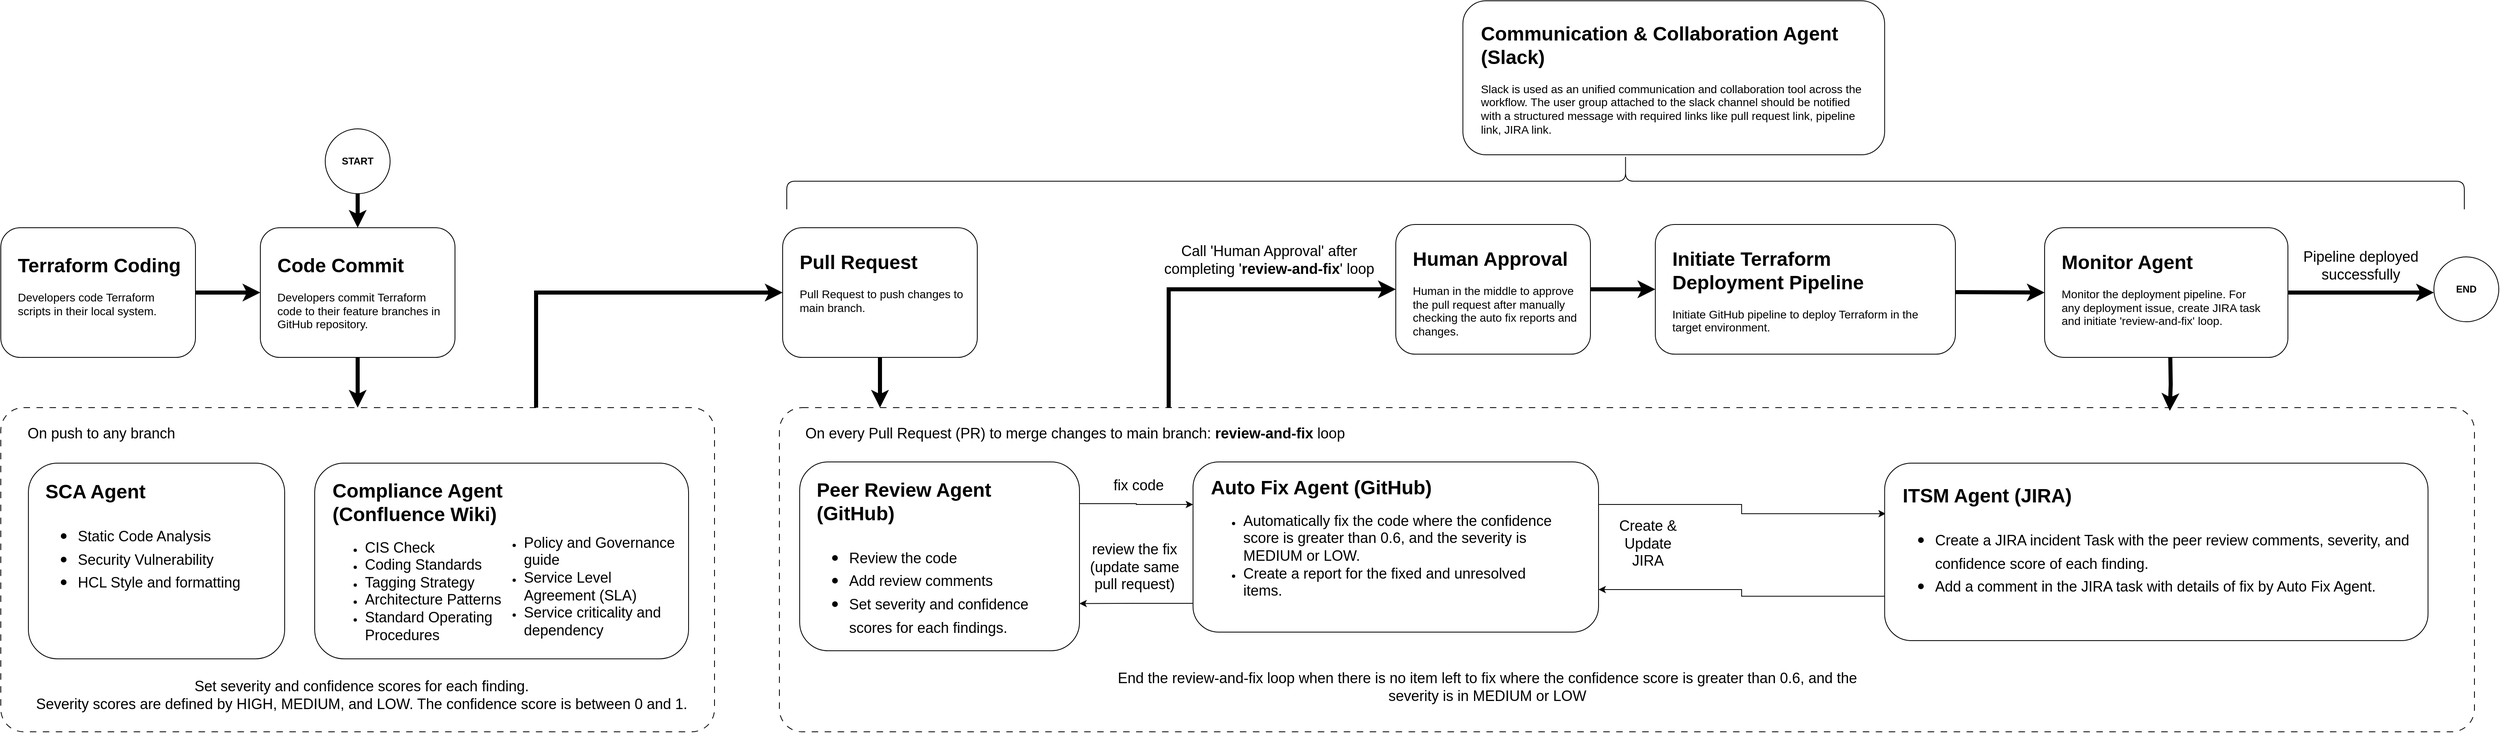
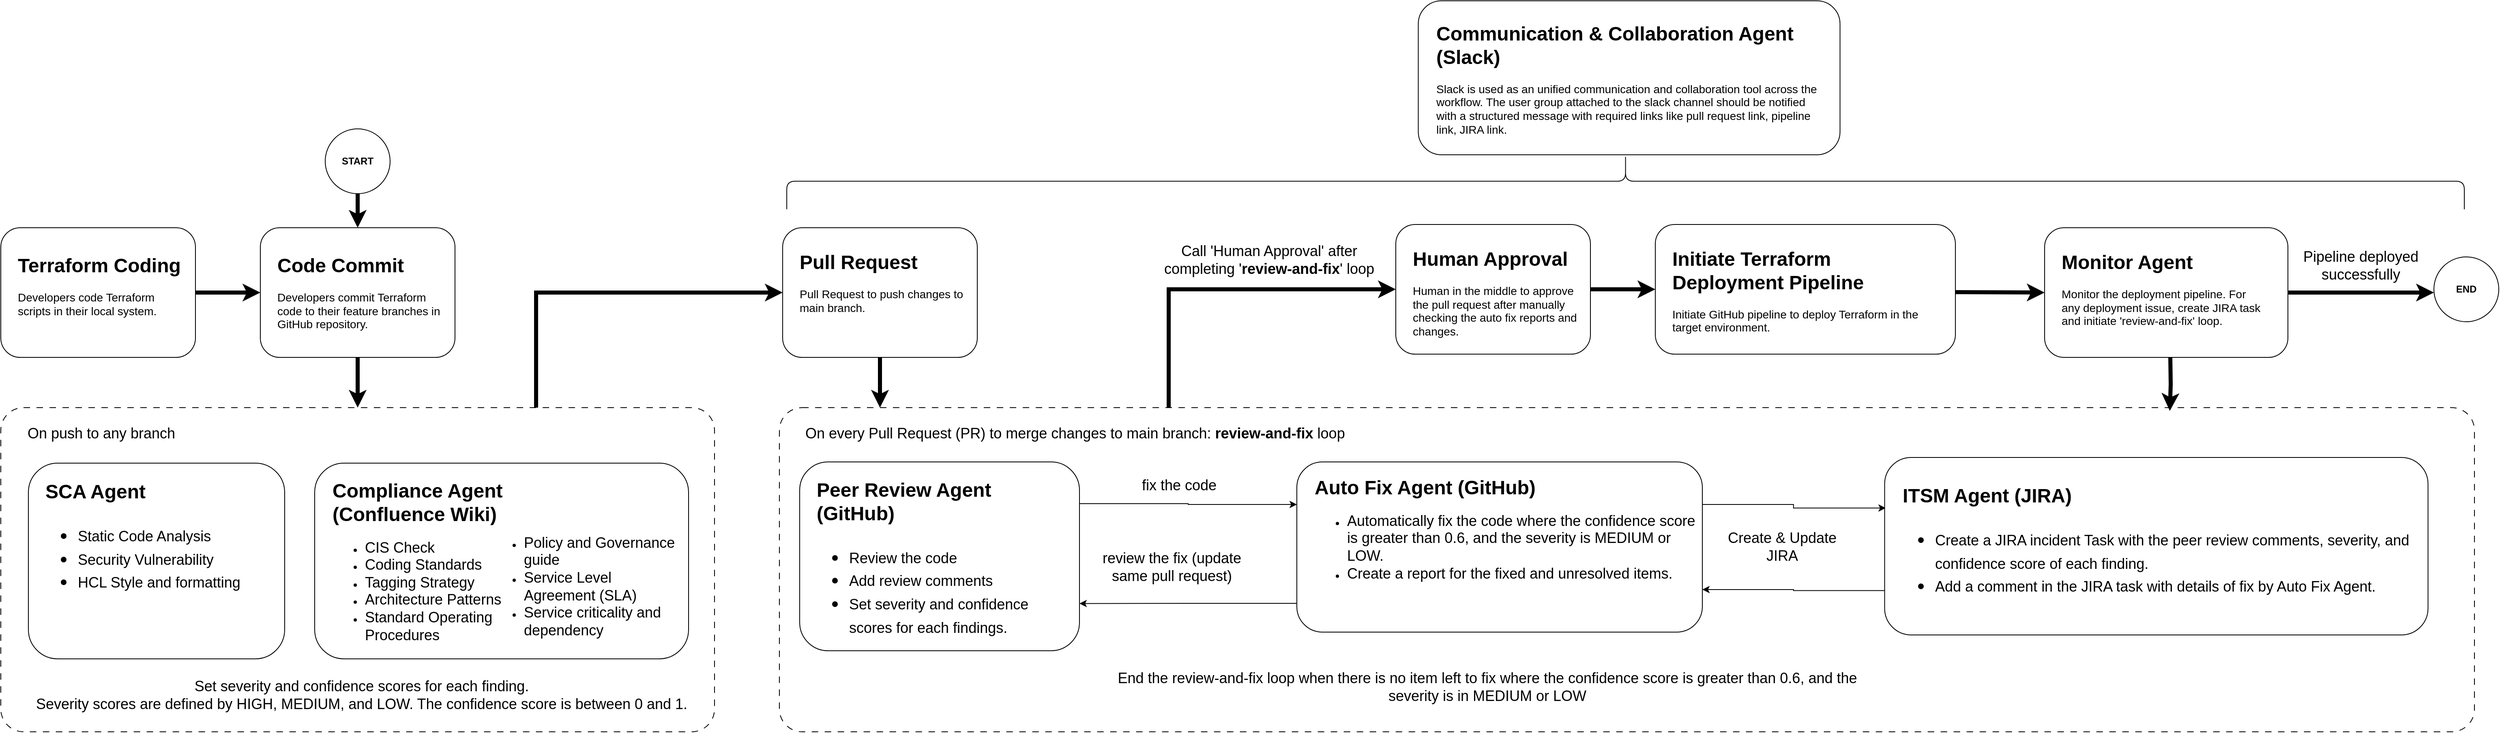
<mxfile host="app.diagrams.net">
  <diagram name="process-flow" id="llQ14HlxIDWXj9B5HY60">
    <mxGraphModel dx="2490" dy="2376" grid="1" gridSize="10" guides="1" tooltips="1" connect="1" arrows="1" fold="1" page="1" pageScale="1" pageWidth="850" pageHeight="1100" math="0" shadow="0">
      <root>
        <mxCell id="0" />
        <mxCell id="1" parent="0" />
        <mxCell id="IWc9zJM8tDhvkjJ2dRjy-13" edge="1" parent="1" source="IWc9zJM8tDhvkjJ2dRjy-5" style="edgeStyle=orthogonalEdgeStyle;rounded=0;orthogonalLoop=1;jettySize=auto;html=1;entryX=0;entryY=0.5;entryDx=0;entryDy=0;exitX=0.75;exitY=0;exitDx=0;exitDy=0;strokeWidth=5;" target="IWc9zJM8tDhvkjJ2dRjy-1">
          <mxGeometry relative="1" as="geometry" />
        </mxCell>
        <mxCell id="oJW8UGhNAXkty13G2p3x-1" parent="1" style="rounded=1;whiteSpace=wrap;html=1;" value="" vertex="1">
          <mxGeometry height="160" width="240" x="440" y="200" as="geometry" />
        </mxCell>
        <mxCell id="oJW8UGhNAXkty13G2p3x-3" parent="1" style="text;html=1;whiteSpace=wrap;overflow=hidden;rounded=0;" value="&lt;h1 style=&quot;margin-top: 0px;&quot;&gt;Code Commit&lt;/h1&gt;&lt;p&gt;&lt;font style=&quot;font-size: 14px;&quot;&gt;Developers commit Terraform code to their feature branches in GitHub repository.&lt;/font&gt;&lt;/p&gt;" vertex="1">
          <mxGeometry height="100" width="210" x="459" y="226" as="geometry" />
        </mxCell>
        <mxCell id="IWc9zJM8tDhvkjJ2dRjy-35" edge="1" parent="1" source="IWc9zJM8tDhvkjJ2dRjy-14" style="edgeStyle=orthogonalEdgeStyle;rounded=0;orthogonalLoop=1;jettySize=auto;html=1;entryX=0;entryY=0.5;entryDx=0;entryDy=0;exitX=0.279;exitY=0.025;exitDx=0;exitDy=0;exitPerimeter=0;strokeWidth=5;" target="IWc9zJM8tDhvkjJ2dRjy-33">
          <mxGeometry relative="1" as="geometry">
            <Array as="points">
              <mxPoint x="1560" y="276" />
            </Array>
          </mxGeometry>
        </mxCell>
        <mxCell id="IWc9zJM8tDhvkjJ2dRjy-1" parent="1" style="rounded=1;whiteSpace=wrap;html=1;" value="" vertex="1">
          <mxGeometry height="160" width="240" x="1084" y="200" as="geometry" />
        </mxCell>
        <mxCell id="IWc9zJM8tDhvkjJ2dRjy-2" parent="1" style="text;html=1;whiteSpace=wrap;overflow=hidden;rounded=0;" value="&lt;h1 style=&quot;margin-top: 0px;&quot;&gt;Pull Request&lt;/h1&gt;&lt;p&gt;&lt;font style=&quot;font-size: 14px;&quot;&gt;Pull Request to push changes to main branch.&lt;/font&gt;&lt;/p&gt;" vertex="1">
          <mxGeometry height="100" width="210" x="1103" y="222" as="geometry" />
        </mxCell>
        <mxCell id="IWc9zJM8tDhvkjJ2dRjy-12" edge="1" parent="1" source="IWc9zJM8tDhvkjJ2dRjy-3" style="edgeStyle=orthogonalEdgeStyle;rounded=0;orthogonalLoop=1;jettySize=auto;html=1;exitX=1;exitY=0.5;exitDx=0;exitDy=0;entryX=0;entryY=0.5;entryDx=0;entryDy=0;strokeWidth=5;" target="oJW8UGhNAXkty13G2p3x-1">
          <mxGeometry relative="1" as="geometry" />
        </mxCell>
        <mxCell id="IWc9zJM8tDhvkjJ2dRjy-3" parent="1" style="rounded=1;whiteSpace=wrap;html=1;" value="" vertex="1">
          <mxGeometry height="160" width="240" x="120" y="200" as="geometry" />
        </mxCell>
        <mxCell id="IWc9zJM8tDhvkjJ2dRjy-4" parent="1" style="text;html=1;whiteSpace=wrap;overflow=hidden;rounded=0;" value="&lt;h1 style=&quot;margin-top: 0px;&quot;&gt;Terraform Coding&lt;/h1&gt;&lt;p&gt;&lt;font style=&quot;font-size: 14px;&quot;&gt;Developers code Terraform scripts in their local system.&lt;/font&gt;&lt;/p&gt;" vertex="1">
          <mxGeometry height="100" width="210" x="139" y="226" as="geometry" />
        </mxCell>
        <mxCell id="IWc9zJM8tDhvkjJ2dRjy-5" parent="1" style="rounded=1;whiteSpace=wrap;html=1;arcSize=7;dashed=1;dashPattern=8 8;" value="" vertex="1">
          <mxGeometry height="400" width="880" x="120" y="422" as="geometry" />
        </mxCell>
        <mxCell id="IWc9zJM8tDhvkjJ2dRjy-6" parent="1" style="text;html=1;whiteSpace=wrap;strokeColor=none;fillColor=none;align=center;verticalAlign=middle;rounded=0;" value="&lt;font style=&quot;font-size: 18px;&quot;&gt;On push to any branch&lt;/font&gt;" vertex="1">
          <mxGeometry height="30" width="210" x="139" y="438.5" as="geometry" />
        </mxCell>
        <mxCell id="IWc9zJM8tDhvkjJ2dRjy-7" parent="1" style="rounded=1;whiteSpace=wrap;html=1;" value="" vertex="1">
          <mxGeometry height="241.5" width="316" x="154" y="490.5" as="geometry" />
        </mxCell>
        <mxCell id="IWc9zJM8tDhvkjJ2dRjy-8" parent="1" style="text;html=1;whiteSpace=wrap;overflow=hidden;rounded=0;" value="&lt;h1 style=&quot;margin-top: 0px;&quot;&gt;SCA Agent&lt;/h1&gt;&lt;h1 style=&quot;margin-top: 0px;&quot;&gt;&lt;p style=&quot;font-size: 12px; font-weight: 400;&quot;&gt;&lt;/p&gt;&lt;ul&gt;&lt;li&gt;&lt;span style=&quot;font-size: 18px; font-weight: normal;&quot;&gt;Static Code Analysis&lt;/span&gt;&lt;/li&gt;&lt;li&gt;&lt;span style=&quot;font-size: 18px; font-weight: normal;&quot;&gt;Security Vulnerability&lt;/span&gt;&lt;/li&gt;&lt;li&gt;&lt;span style=&quot;font-size: 18px; font-weight: normal;&quot;&gt;HCL Style and formatting&lt;/span&gt;&lt;/li&gt;&lt;/ul&gt;&lt;p&gt;&lt;/p&gt;&lt;/h1&gt;" vertex="1">
          <mxGeometry height="183" width="306" x="173" y="504.5" as="geometry" />
        </mxCell>
        <mxCell id="IWc9zJM8tDhvkjJ2dRjy-9" parent="1" style="rounded=1;whiteSpace=wrap;html=1;" value="" vertex="1">
          <mxGeometry height="241.5" width="461" x="507" y="490.5" as="geometry" />
        </mxCell>
        <mxCell id="IWc9zJM8tDhvkjJ2dRjy-10" parent="1" style="text;html=1;whiteSpace=wrap;overflow=hidden;rounded=0;" value="&lt;h1 style=&quot;margin-top: 0px;&quot;&gt;Compliance Agent (Confluence Wiki)&lt;/h1&gt;&lt;p&gt;&lt;/p&gt;&lt;ul&gt;&lt;li&gt;&lt;span style=&quot;font-size: 18px;&quot;&gt;CIS Check&lt;/span&gt;&lt;/li&gt;&lt;li&gt;&lt;span style=&quot;font-size: 18px;&quot;&gt;Coding Standards&lt;/span&gt;&lt;/li&gt;&lt;li&gt;&lt;span style=&quot;font-size: 18px;&quot;&gt;Tagging Strategy&lt;/span&gt;&lt;/li&gt;&lt;li&gt;&lt;span style=&quot;font-size: 18px;&quot;&gt;Architecture Patterns&lt;/span&gt;&lt;/li&gt;&lt;li&gt;&lt;span style=&quot;font-size: 18px;&quot;&gt;Standard Operating Procedures&lt;/span&gt;&lt;/li&gt;&lt;/ul&gt;&lt;p&gt;&lt;/p&gt;" vertex="1">
          <mxGeometry height="218.5" width="261" x="527" y="503.5" as="geometry" />
        </mxCell>
        <mxCell id="IWc9zJM8tDhvkjJ2dRjy-11" edge="1" parent="1" source="oJW8UGhNAXkty13G2p3x-1" style="edgeStyle=orthogonalEdgeStyle;rounded=0;orthogonalLoop=1;jettySize=auto;html=1;exitX=0.5;exitY=1;exitDx=0;exitDy=0;entryX=0.5;entryY=0;entryDx=0;entryDy=0;strokeWidth=5;" target="IWc9zJM8tDhvkjJ2dRjy-5">
          <mxGeometry relative="1" as="geometry" />
        </mxCell>
        <mxCell id="IWc9zJM8tDhvkjJ2dRjy-14" parent="1" style="rounded=1;whiteSpace=wrap;html=1;arcSize=7;dashed=1;dashPattern=8 8;" value="" vertex="1">
          <mxGeometry height="400" width="2090" x="1080" y="422" as="geometry" />
        </mxCell>
        <mxCell id="IWc9zJM8tDhvkjJ2dRjy-15" parent="1" style="text;html=1;whiteSpace=wrap;strokeColor=none;fillColor=none;align=left;verticalAlign=middle;rounded=0;" value="&lt;font style=&quot;font-size: 18px;&quot;&gt;On every Pull Request (PR) to merge changes to main branch: &lt;b&gt;review-and-fix &lt;/b&gt;loop&lt;/font&gt;" vertex="1">
          <mxGeometry height="30" width="740" x="1110" y="438.5" as="geometry" />
        </mxCell>
        <mxCell id="IWc9zJM8tDhvkjJ2dRjy-22" edge="1" parent="1" source="IWc9zJM8tDhvkjJ2dRjy-16" style="edgeStyle=orthogonalEdgeStyle;rounded=0;orthogonalLoop=1;jettySize=auto;html=1;exitX=1;exitY=0.221;exitDx=0;exitDy=0;entryX=0;entryY=0.25;entryDx=0;entryDy=0;exitPerimeter=0;" target="IWc9zJM8tDhvkjJ2dRjy-18">
          <mxGeometry relative="1" as="geometry" />
        </mxCell>
        <mxCell id="IWc9zJM8tDhvkjJ2dRjy-16" parent="1" style="rounded=1;whiteSpace=wrap;html=1;" value="" vertex="1">
          <mxGeometry height="233" width="345" x="1105" y="489" as="geometry" />
        </mxCell>
        <mxCell id="IWc9zJM8tDhvkjJ2dRjy-17" parent="1" style="text;html=1;whiteSpace=wrap;overflow=hidden;rounded=0;" value="&lt;h1 style=&quot;margin-top: 0px;&quot;&gt;Peer Review Agent (GitHub)&lt;/h1&gt;&lt;h1 style=&quot;margin-top: 0px;&quot;&gt;&lt;p style=&quot;font-size: 12px; font-weight: 400;&quot;&gt;&lt;/p&gt;&lt;ul&gt;&lt;li&gt;&lt;span style=&quot;font-size: 18px; font-weight: 400;&quot;&gt;Review the code&lt;/span&gt;&lt;/li&gt;&lt;li&gt;&lt;span style=&quot;font-size: 18px; font-weight: 400;&quot;&gt;Add review comments&lt;/span&gt;&lt;/li&gt;&lt;li&gt;&lt;span style=&quot;font-size: 18px; font-weight: 400;&quot;&gt;Set severity and confidence scores for each findings.&lt;/span&gt;&lt;/li&gt;&lt;/ul&gt;&lt;p&gt;&lt;/p&gt;&lt;/h1&gt;" vertex="1">
          <mxGeometry height="209" width="306" x="1124" y="503" as="geometry" />
        </mxCell>
        <mxCell id="IWc9zJM8tDhvkjJ2dRjy-23" edge="1" parent="1" source="IWc9zJM8tDhvkjJ2dRjy-18" style="edgeStyle=orthogonalEdgeStyle;rounded=0;orthogonalLoop=1;jettySize=auto;html=1;exitX=0;exitY=0.831;exitDx=0;exitDy=0;entryX=1;entryY=0.75;entryDx=0;entryDy=0;exitPerimeter=0;" target="IWc9zJM8tDhvkjJ2dRjy-16">
          <mxGeometry relative="1" as="geometry" />
        </mxCell>
        <mxCell id="IWc9zJM8tDhvkjJ2dRjy-31" edge="1" parent="1" source="IWc9zJM8tDhvkjJ2dRjy-18" style="edgeStyle=orthogonalEdgeStyle;rounded=0;orthogonalLoop=1;jettySize=auto;html=1;exitX=1;exitY=0.25;exitDx=0;exitDy=0;entryX=0.002;entryY=0.285;entryDx=0;entryDy=0;entryPerimeter=0;" target="IWc9zJM8tDhvkjJ2dRjy-27">
          <mxGeometry relative="1" as="geometry" />
        </mxCell>
        <mxCell id="IWc9zJM8tDhvkjJ2dRjy-18" parent="1" style="rounded=1;whiteSpace=wrap;html=1;" value="" vertex="1">
-           <mxGeometry height="210" width="500" x="1590" y="489" as="geometry" />
+           <mxGeometry height="210" width="500" x="1718" y="489" as="geometry" />
        </mxCell>
        <mxCell id="IWc9zJM8tDhvkjJ2dRjy-19" parent="1" style="text;html=1;whiteSpace=wrap;overflow=hidden;rounded=0;" value="&lt;h1 style=&quot;margin-top: 0px;&quot;&gt;Auto Fix Agent (GitHub)&lt;/h1&gt;&lt;p&gt;&lt;/p&gt;&lt;ul&gt;&lt;li&gt;&lt;span style=&quot;font-size: 18px;&quot;&gt;Automatically fix the code where the confidence score is greater than 0.6, and the severity is MEDIUM or LOW.&amp;nbsp;&lt;/span&gt;&lt;/li&gt;&lt;li&gt;&lt;span style=&quot;font-size: 18px;&quot;&gt;Create a report for the fixed and unresolved items.&lt;/span&gt;&lt;/li&gt;&lt;/ul&gt;&lt;p&gt;&lt;/p&gt;" vertex="1">
-           <mxGeometry height="192" width="440" x="1610" y="500" as="geometry" />
+           <mxGeometry height="192" width="473" x="1738" y="500" as="geometry" />
        </mxCell>
        <mxCell id="IWc9zJM8tDhvkjJ2dRjy-20" parent="1" style="text;whiteSpace=wrap;fontSize=18;align=center;" value="Set severity and confidence scores for each finding.&#xa;Severity scores are defined by HIGH, MEDIUM, and LOW. The confidence score is between 0 and 1." vertex="1">
          <mxGeometry height="50.5" width="830" x="150" y="748.5" as="geometry" />
        </mxCell>
        <mxCell id="IWc9zJM8tDhvkjJ2dRjy-21" edge="1" parent="1" source="IWc9zJM8tDhvkjJ2dRjy-1" style="edgeStyle=orthogonalEdgeStyle;rounded=0;orthogonalLoop=1;jettySize=auto;html=1;exitX=0.5;exitY=1;exitDx=0;exitDy=0;strokeWidth=5;">
          <mxGeometry relative="1" as="geometry">
            <Array as="points">
              <mxPoint x="1204" y="422" />
            </Array>
            <mxPoint x="1204" y="422" as="targetPoint" />
          </mxGeometry>
        </mxCell>
-         <mxCell id="IWc9zJM8tDhvkjJ2dRjy-24" parent="1" style="text;html=1;whiteSpace=wrap;strokeColor=none;fillColor=none;align=center;verticalAlign=middle;rounded=0;" value="&lt;font style=&quot;font-size: 18px;&quot;&gt;fix code&lt;/font&gt;" vertex="1">
-           <mxGeometry height="30" width="82" x="1482" y="503" as="geometry" />
+         <mxCell id="IWc9zJM8tDhvkjJ2dRjy-24" parent="1" style="text;html=1;whiteSpace=wrap;strokeColor=none;fillColor=none;align=center;verticalAlign=middle;rounded=0;" value="&lt;font style=&quot;font-size: 18px;&quot;&gt;fix the code&lt;/font&gt;" vertex="1">
+           <mxGeometry height="30" width="114" x="1516" y="503" as="geometry" />
        </mxCell>
        <mxCell id="IWc9zJM8tDhvkjJ2dRjy-25" parent="1" style="text;html=1;whiteSpace=wrap;strokeColor=none;fillColor=none;align=center;verticalAlign=middle;rounded=0;" value="&lt;font style=&quot;font-size: 18px;&quot;&gt;review the fix (update same pull request)&lt;/font&gt;" vertex="1">
-           <mxGeometry height="67" width="120" x="1458" y="585" as="geometry" />
+           <mxGeometry height="67" width="212" x="1458" y="585" as="geometry" />
        </mxCell>
        <mxCell id="IWc9zJM8tDhvkjJ2dRjy-26" parent="1" style="text;html=1;whiteSpace=wrap;strokeColor=none;fillColor=none;align=center;verticalAlign=middle;rounded=0;" value="&lt;font style=&quot;font-size: 18px;&quot;&gt;End the review-and-fix loop when there is no item left to fix where the confidence score is greater than 0.6, and the severity is in MEDIUM or LOW&lt;/font&gt;" vertex="1">
          <mxGeometry height="50" width="980" x="1462.75" y="742" as="geometry" />
        </mxCell>
        <mxCell id="IWc9zJM8tDhvkjJ2dRjy-30" edge="1" parent="1" source="IWc9zJM8tDhvkjJ2dRjy-27" style="edgeStyle=orthogonalEdgeStyle;rounded=0;orthogonalLoop=1;jettySize=auto;html=1;exitX=0;exitY=0.75;exitDx=0;exitDy=0;entryX=1;entryY=0.75;entryDx=0;entryDy=0;" target="IWc9zJM8tDhvkjJ2dRjy-18">
          <mxGeometry relative="1" as="geometry" />
        </mxCell>
        <mxCell id="IWc9zJM8tDhvkjJ2dRjy-27" parent="1" style="rounded=1;whiteSpace=wrap;html=1;" value="" vertex="1">
-           <mxGeometry height="219" width="670" x="2442.75" y="490.5" as="geometry" />
+           <mxGeometry height="219" width="670" x="2442.75" y="483.5" as="geometry" />
        </mxCell>
        <mxCell id="IWc9zJM8tDhvkjJ2dRjy-28" parent="1" style="text;html=1;whiteSpace=wrap;overflow=hidden;rounded=0;" value="&lt;h1 style=&quot;margin-top: 0px;&quot;&gt;ITSM Agent (JIRA)&lt;/h1&gt;&lt;h1 style=&quot;margin-top: 0px;&quot;&gt;&lt;p style=&quot;font-size: 12px; font-weight: 400;&quot;&gt;&lt;/p&gt;&lt;ul&gt;&lt;li&gt;&lt;span style=&quot;font-size: 18px; font-weight: 400;&quot;&gt;Create a JIRA incident Task with the peer review comments, severity, and confidence score of each finding.&lt;/span&gt;&lt;/li&gt;&lt;li&gt;&lt;span style=&quot;font-size: 18px; font-weight: 400;&quot;&gt;Add a comment in the JIRA task with details of fix by Auto Fix Agent.&lt;/span&gt;&lt;/li&gt;&lt;/ul&gt;&lt;p&gt;&lt;/p&gt;&lt;/h1&gt;" vertex="1">
          <mxGeometry height="191" width="630" x="2462.75" y="509.5" as="geometry" />
        </mxCell>
        <mxCell id="IWc9zJM8tDhvkjJ2dRjy-32" parent="1" style="text;html=1;whiteSpace=wrap;strokeColor=none;fillColor=none;align=center;verticalAlign=middle;rounded=0;" value="&lt;font style=&quot;font-size: 18px;&quot;&gt;Create &amp;amp; Update JIRA&lt;/font&gt;" vertex="1">
-           <mxGeometry height="57.5" width="102" x="2100" y="561" as="geometry" />
+           <mxGeometry height="57.5" width="173" x="2230" y="565.25" as="geometry" />
        </mxCell>
        <mxCell id="IWc9zJM8tDhvkjJ2dRjy-39" edge="1" parent="1" source="IWc9zJM8tDhvkjJ2dRjy-33" style="edgeStyle=orthogonalEdgeStyle;rounded=0;orthogonalLoop=1;jettySize=auto;html=1;exitX=1;exitY=0.5;exitDx=0;exitDy=0;entryX=0;entryY=0.5;entryDx=0;entryDy=0;strokeWidth=5;" target="IWc9zJM8tDhvkjJ2dRjy-37">
          <mxGeometry relative="1" as="geometry" />
        </mxCell>
        <mxCell id="IWc9zJM8tDhvkjJ2dRjy-33" parent="1" style="rounded=1;whiteSpace=wrap;html=1;" value="" vertex="1">
          <mxGeometry height="160" width="240" x="1840" y="196" as="geometry" />
        </mxCell>
        <mxCell id="IWc9zJM8tDhvkjJ2dRjy-34" parent="1" style="text;html=1;whiteSpace=wrap;overflow=hidden;rounded=0;" value="&lt;h1 style=&quot;margin-top: 0px;&quot;&gt;Human Approval&lt;/h1&gt;&lt;p&gt;&lt;font style=&quot;font-size: 14px;&quot;&gt;Human in the middle to approve the pull request after manually checking the auto fix reports and changes.&amp;nbsp;&lt;/font&gt;&lt;/p&gt;" vertex="1">
          <mxGeometry height="122" width="210" x="1859" y="218" as="geometry" />
        </mxCell>
        <mxCell id="IWc9zJM8tDhvkjJ2dRjy-36" parent="1" style="text;html=1;whiteSpace=wrap;strokeColor=none;fillColor=none;align=center;verticalAlign=middle;rounded=0;" value="&lt;font style=&quot;font-size: 18px;&quot;&gt;Call &#39;Human Approval&#39; after completing &#39;&lt;b&gt;review-and-fix&lt;/b&gt;&#39; loop&lt;/font&gt;" vertex="1">
          <mxGeometry height="60" width="268" x="1550" y="210" as="geometry" />
        </mxCell>
        <mxCell id="IWc9zJM8tDhvkjJ2dRjy-37" parent="1" style="rounded=1;whiteSpace=wrap;html=1;" value="" vertex="1">
          <mxGeometry height="160" width="370" x="2160" y="196" as="geometry" />
        </mxCell>
        <mxCell id="IWc9zJM8tDhvkjJ2dRjy-38" parent="1" style="text;html=1;whiteSpace=wrap;overflow=hidden;rounded=0;" value="&lt;h1 style=&quot;margin-top: 0px;&quot;&gt;Initiate Terraform Deployment Pipeline&lt;/h1&gt;&lt;p&gt;&lt;font style=&quot;font-size: 14px;&quot;&gt;Initiate GitHub pipeline to deploy Terraform in the target environment.&lt;/font&gt;&amp;nbsp;&amp;nbsp;&lt;/p&gt;" vertex="1">
          <mxGeometry height="112" width="341" x="2179" y="218" as="geometry" />
        </mxCell>
        <mxCell id="IWc9zJM8tDhvkjJ2dRjy-41" edge="1" parent="1" source="IWc9zJM8tDhvkjJ2dRjy-40" style="edgeStyle=orthogonalEdgeStyle;rounded=0;orthogonalLoop=1;jettySize=auto;html=1;exitX=0.5;exitY=1;exitDx=0;exitDy=0;entryX=0.5;entryY=0;entryDx=0;entryDy=0;strokeWidth=5;" target="oJW8UGhNAXkty13G2p3x-1">
          <mxGeometry relative="1" as="geometry" />
        </mxCell>
        <mxCell id="IWc9zJM8tDhvkjJ2dRjy-40" parent="1" style="ellipse;whiteSpace=wrap;html=1;aspect=fixed;fontStyle=1" value="START" vertex="1">
          <mxGeometry height="80" width="80" x="520" y="78" as="geometry" />
        </mxCell>
        <mxCell id="IWc9zJM8tDhvkjJ2dRjy-47" edge="1" parent="1" source="IWc9zJM8tDhvkjJ2dRjy-42" style="edgeStyle=orthogonalEdgeStyle;rounded=0;orthogonalLoop=1;jettySize=auto;html=1;exitX=1;exitY=0.5;exitDx=0;exitDy=0;strokeWidth=5;">
          <mxGeometry relative="1" as="geometry">
            <mxPoint x="3120" y="280" as="targetPoint" />
          </mxGeometry>
        </mxCell>
        <mxCell id="IWc9zJM8tDhvkjJ2dRjy-42" parent="1" style="rounded=1;whiteSpace=wrap;html=1;" value="" vertex="1">
          <mxGeometry height="160" width="300" x="2640" y="200" as="geometry" />
        </mxCell>
        <mxCell id="IWc9zJM8tDhvkjJ2dRjy-43" parent="1" style="text;html=1;whiteSpace=wrap;overflow=hidden;rounded=0;" value="&lt;h1 style=&quot;margin-top: 0px;&quot;&gt;Monitor Agent&lt;/h1&gt;&lt;p&gt;&lt;font style=&quot;font-size: 14px;&quot;&gt;Monitor the deployment pipeline.&amp;nbsp;&lt;span style=&quot;background-color: transparent; color: light-dark(rgb(0, 0, 0), rgb(255, 255, 255));&quot;&gt;F&lt;/span&gt;&lt;span style=&quot;background-color: transparent; color: light-dark(rgb(0, 0, 0), rgb(255, 255, 255));&quot;&gt;or any deployment issue, create JIRA task and initiate &#39;review-and-fix&#39; loop.&lt;/span&gt;&lt;/font&gt;&lt;/p&gt;" vertex="1">
          <mxGeometry height="112" width="251" x="2659" y="222" as="geometry" />
        </mxCell>
        <mxCell id="IWc9zJM8tDhvkjJ2dRjy-44" edge="1" parent="1" style="edgeStyle=orthogonalEdgeStyle;rounded=0;orthogonalLoop=1;jettySize=auto;html=1;exitX=1;exitY=0.5;exitDx=0;exitDy=0;entryX=0;entryY=0.5;entryDx=0;entryDy=0;strokeWidth=5;" target="IWc9zJM8tDhvkjJ2dRjy-42">
          <mxGeometry relative="1" as="geometry">
            <mxPoint x="2530" y="279.5" as="sourcePoint" />
            <mxPoint x="2610" y="279.5" as="targetPoint" />
          </mxGeometry>
        </mxCell>
        <mxCell id="IWc9zJM8tDhvkjJ2dRjy-45" edge="1" parent="1" style="edgeStyle=orthogonalEdgeStyle;rounded=0;orthogonalLoop=1;jettySize=auto;html=1;exitX=0.25;exitY=1;exitDx=0;exitDy=0;entryX=0.782;entryY=0.01;entryDx=0;entryDy=0;entryPerimeter=0;strokeWidth=5;">
          <mxGeometry relative="1" as="geometry">
            <Array as="points" />
            <mxPoint x="2795" y="360" as="sourcePoint" />
            <mxPoint x="2794.38" y="426" as="targetPoint" />
          </mxGeometry>
        </mxCell>
        <mxCell id="IWc9zJM8tDhvkjJ2dRjy-46" parent="1" style="ellipse;whiteSpace=wrap;html=1;aspect=fixed;fontStyle=1" value="END" vertex="1">
          <mxGeometry height="80" width="80" x="3120" y="236" as="geometry" />
        </mxCell>
        <mxCell id="IWc9zJM8tDhvkjJ2dRjy-48" parent="1" style="text;html=1;whiteSpace=wrap;strokeColor=none;fillColor=none;align=center;verticalAlign=middle;rounded=0;" value="&lt;font style=&quot;font-size: 18px;&quot;&gt;Pipeline deployed successfully&lt;/font&gt;" vertex="1">
          <mxGeometry height="57.5" width="160" x="2950" y="218" as="geometry" />
        </mxCell>
        <mxCell id="IWc9zJM8tDhvkjJ2dRjy-50" parent="1" style="text;html=1;whiteSpace=wrap;overflow=hidden;rounded=0;" value="&lt;h1 style=&quot;margin-top: 0px;&quot;&gt;&lt;br&gt;&lt;/h1&gt;&lt;ul&gt;&lt;li&gt;&lt;span style=&quot;font-size: 18px;&quot;&gt;Policy and Governance guide&lt;/span&gt;&lt;/li&gt;&lt;li&gt;&lt;span style=&quot;font-size: 18px;&quot;&gt;Service Level Agreement (SLA)&lt;/span&gt;&lt;/li&gt;&lt;li&gt;&lt;span style=&quot;font-size: 18px;&quot;&gt;Service criticality and dependency&lt;/span&gt;&lt;/li&gt;&lt;/ul&gt;&lt;p&gt;&lt;/p&gt;" vertex="1">
          <mxGeometry height="200" width="240" x="723" y="527" as="geometry" />
        </mxCell>
        <mxCell id="IWc9zJM8tDhvkjJ2dRjy-51" parent="1" style="shape=curlyBracket;whiteSpace=wrap;html=1;rounded=1;labelPosition=left;verticalLabelPosition=middle;align=right;verticalAlign=middle;rotation=90;" value="" vertex="1">
          <mxGeometry height="2068.43" width="69.25" x="2088.67" y="-891.58" as="geometry" />
        </mxCell>
        <mxCell id="IWc9zJM8tDhvkjJ2dRjy-52" parent="1" style="rounded=1;whiteSpace=wrap;html=1;" value="" vertex="1">
-           <mxGeometry height="190" width="520" x="1922.75" y="-80" as="geometry" />
+           <mxGeometry height="190" width="520" x="1867.75" y="-80" as="geometry" />
        </mxCell>
        <mxCell id="IWc9zJM8tDhvkjJ2dRjy-53" parent="1" style="text;html=1;whiteSpace=wrap;overflow=hidden;rounded=0;" value="&lt;h1 style=&quot;margin-top: 0px;&quot;&gt;Communication &amp;amp; Collaboration Agent (Slack)&lt;/h1&gt;&lt;p&gt;&lt;font style=&quot;font-size: 14px;&quot;&gt;Slack is used as an unified communication and collaboration tool across the workflow. The user group attached to the slack channel should be notified with a structured message with required links like pull request link, pipeline link, JIRA link.&lt;/font&gt;&lt;/p&gt;" vertex="1">
-           <mxGeometry height="154" width="480" x="1942.75" y="-60" as="geometry" />
+           <mxGeometry height="154" width="480" x="1887.75" y="-60" as="geometry" />
        </mxCell>
      </root>
    </mxGraphModel>
  </diagram>
</mxfile>
